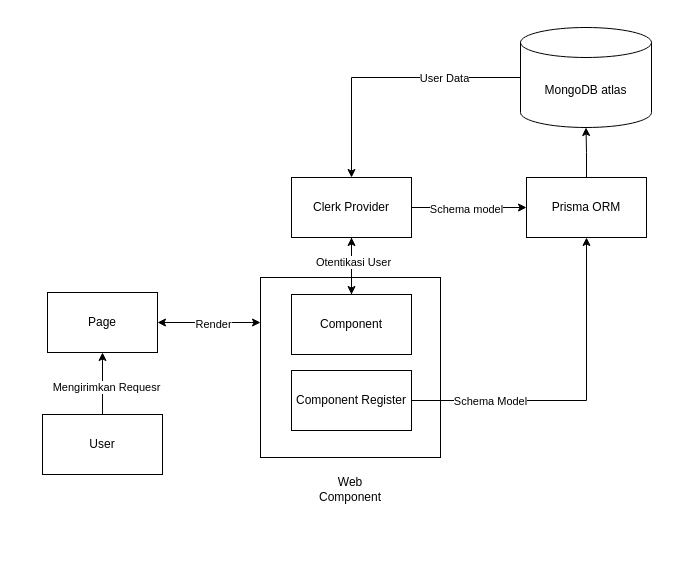
The draw.io diagram Diagram Tanpa Judul.drawio in Kyyy45/Diagram, before the edit. Source tidied: cells renumbered, new cells numbered last; positions are measured from the earlier drawing's top-left corner, leaving out a move shared by most shapes. Both pictures are drawn from the tidied source at 100%, with x=0, y=0 at pixel (42, 27).
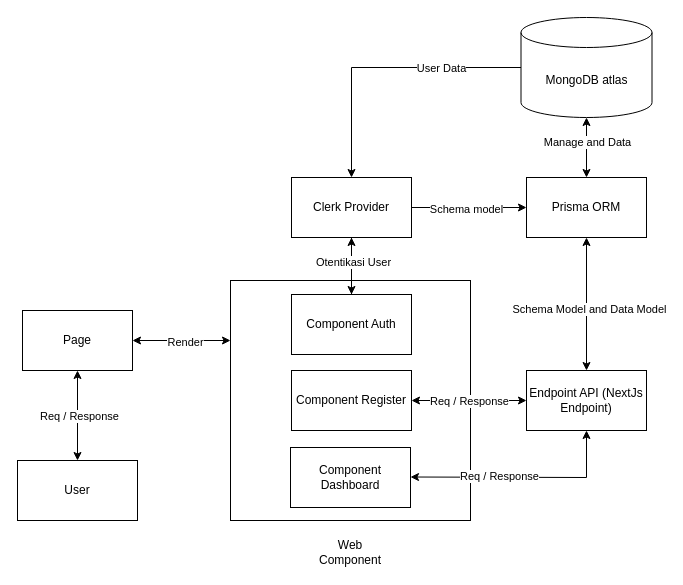
Above is the later version.

Commit message:
Arsitektur Web

The change refers to these unchanged cells:
```xml
<mxCell id="15" value="Prisma ORM" style="rounded=0;whiteSpace=wrap;html=1;" parent="1" vertex="1">
  <mxGeometry x="484" y="150" width="120" height="60" as="geometry" />
</mxCell>
<mxCell id="21" value="Component Register" style="rounded=0;whiteSpace=wrap;html=1;" parent="1" vertex="1">
  <mxGeometry x="249" y="343" width="120" height="60" as="geometry" />
</mxCell>
```

Change to the diagram source:
```diff
@@
     <mxCell id="2" style="whiteSpace=wrap;html=1;" parent="1" vertex="1">
-      <mxGeometry x="218" y="250" width="180" height="180" as="geometry" />
+      <mxGeometry x="188" y="253" width="240" height="240" as="geometry" />
     </mxCell>
-    <mxCell id="3" style="edgeStyle=orthogonalEdgeStyle;rounded=0;jettySize=auto;html=1;entryX=0.5;entryY=1;entryDx=0;entryDy=0;" parent="1" edge="1" source="5" target="8">
-      <mxGeometry relative="1" as="geometry" />
-    </mxCell>
-    <mxCell id="4" value="Mengirimkan Requesr" style="edgeLabel;html=1;align=center;verticalAlign=middle;" parent="3" vertex="1">
-      <mxGeometry x="-0.1" y="-3" relative="1" as="geometry" />
-    </mxCell>
     <mxCell id="5" value="User" style="rounded=0;whiteSpace=wrap;html=1;" parent="1" vertex="1">
-      <mxGeometry y="387" width="120" height="60" as="geometry" />
+      <mxGeometry x="-25" y="433" width="120" height="60" as="geometry" />
     </mxCell>
@@
-    <mxCell id="7" value="Component" style="rounded=0;whiteSpace=wrap;html=1;" parent="1" vertex="1">
+    <mxCell id="7" value="Component Auth" style="rounded=0;whiteSpace=wrap;html=1;" parent="1" vertex="1">
       <mxGeometry x="249" y="267" width="120" height="60" as="geometry" />
     </mxCell>
     <mxCell id="8" value="Page" style="rounded=0;whiteSpace=wrap;html=1;" parent="1" vertex="1">
-      <mxGeometry x="5" y="265" width="110" height="60" as="geometry" />
+      <mxGeometry x="-20" y="283" width="110" height="60" as="geometry" />
     </mxCell>
@@
-    <mxCell id="14" style="edgeStyle=orthogonalEdgeStyle;rounded=0;jettySize=auto;html=1;" parent="1" edge="1" source="15" target="18">
-      <mxGeometry relative="1" as="geometry" />
-    </mxCell>
@@
     <mxCell id="18" value="MongoDB atlas" style="shape=cylinder3;whiteSpace=wrap;html=1;boundedLbl=1;backgroundOutline=1;size=15;" parent="1" vertex="1">
-      <mxGeometry x="478" width="131" height="100" as="geometry" />
+      <mxGeometry x="478.5" y="-10" width="131" height="100" as="geometry" />
     </mxCell>
-    <mxCell id="19" style="edgeStyle=orthogonalEdgeStyle;rounded=0;jettySize=auto;html=1;entryX=0.5;entryY=1;entryDx=0;entryDy=0;" parent="1" edge="1" source="21" target="15">
-      <mxGeometry relative="1" as="geometry" />
-    </mxCell>
-    <mxCell id="20" value="Schema Model" style="edgeLabel;html=1;align=center;verticalAlign=middle;" parent="19" vertex="1">
-      <mxGeometry x="-0.54" relative="1" as="geometry" />
-    </mxCell>
@@
     <mxCell id="24" value="Web Component" style="text;html=1;align=center;verticalAlign=middle;whiteSpace=wrap;rounded=0;" parent="1" vertex="1">
-      <mxGeometry x="278" y="447" width="60" height="30" as="geometry" />
+      <mxGeometry x="278" y="510" width="60" height="30" as="geometry" />
     </mxCell>
+    <mxCell id="25" value="Endpoint API (NextJs Endpoint)" style="rounded=0;whiteSpace=wrap;html=1;" parent="1" vertex="1">
+      <mxGeometry x="484" y="343" width="120" height="60" as="geometry" />
+    </mxCell>
+    <mxCell id="26" value="Component Dashboard" style="rounded=0;whiteSpace=wrap;html=1;" parent="1" vertex="1">
+      <mxGeometry x="248" y="420" width="120" height="60" as="geometry" />
+    </mxCell>
+    <mxCell id="27" style="endArrow=classic;startArrow=classic;html=1;rounded=0;entryX=0;entryY=0.5;entryDx=0;entryDy=0;exitX=1;exitY=0.5;exitDx=0;exitDy=0;" parent="1" edge="1" source="21" target="25">
+      <mxGeometry relative="1" as="geometry" />
+    </mxCell>
+    <mxCell id="28" value="Req / Response" style="edgeLabel;html=1;align=center;verticalAlign=middle;" parent="27" vertex="1">
+      <mxGeometry x="-0.01" relative="1" as="geometry" />
+    </mxCell>
+    <mxCell id="29" style="endArrow=classic;startArrow=classic;html=1;rounded=0;entryX=0.5;entryY=1;entryDx=0;entryDy=0;exitX=1;exitY=0.5;exitDx=0;exitDy=0;" parent="1" edge="1" target="25">
+      <mxGeometry relative="1" as="geometry">
+        <mxPoint x="368" y="449.5" as="sourcePoint" />
+        <Array as="points">
+          <mxPoint x="544" y="450" />
+        </Array>
+      </mxGeometry>
+    </mxCell>
+    <mxCell id="30" value="Req / Response" style="edgeLabel;html=1;align=center;verticalAlign=middle;" parent="29" vertex="1">
+      <mxGeometry x="-0.21" y="1" relative="1" as="geometry" />
+    </mxCell>
+    <mxCell id="14" style="endArrow=classic;startArrow=classic;html=1;rounded=0;entryX=0.5;entryY=1;entryDx=0;entryDy=0;entryPerimeter=0;" parent="1" edge="1" source="15" target="18">
+      <mxGeometry relative="1" as="geometry" />
+    </mxCell>
+    <mxCell id="31" value="Manage and Data" style="edgeLabel;html=1;align=center;verticalAlign=middle;" parent="14" vertex="1">
+      <mxGeometry x="0.2" y="2" relative="1" as="geometry">
+        <mxPoint x="2" as="offset" />
+      </mxGeometry>
+    </mxCell>
+    <mxCell id="32" style="endArrow=classic;startArrow=classic;html=1;rounded=0;entryX=0.5;entryY=1;entryDx=0;entryDy=0;exitX=0.5;exitY=0;exitDx=0;exitDy=0;" parent="1" edge="1" source="25" target="15">
+      <mxGeometry relative="1" as="geometry" />
+    </mxCell>
+    <mxCell id="33" value="Schema Model and Data Model" style="edgeLabel;html=1;align=center;verticalAlign=middle;" parent="32" vertex="1">
+      <mxGeometry x="-0.07" y="-2" relative="1" as="geometry" />
+    </mxCell>
+    <mxCell id="3" style="endArrow=classic;startArrow=classic;html=1;rounded=0;entryX=0.5;entryY=1;entryDx=0;entryDy=0;exitX=0.5;exitY=0;exitDx=0;exitDy=0;" parent="1" edge="1" source="5" target="8">
+      <mxGeometry relative="1" as="geometry" />
+    </mxCell>
+    <mxCell id="34" value="Req / Response" style="edgeLabel;html=1;align=center;verticalAlign=middle;" parent="3" vertex="1">
+      <mxGeometry y="-1" relative="1" as="geometry" />
+    </mxCell>
```
